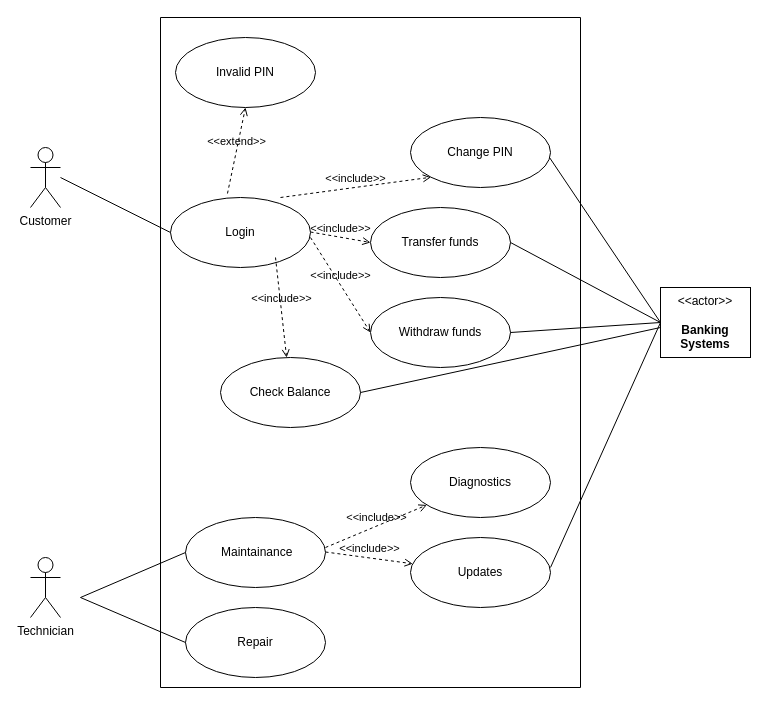
Above: UseCase ATM 3.drawio in LoneStreetSkater/DRAW.IO (draw.io), before the change. Source tidied: cells renumbered, new cells numbered last; positions are measured from the earlier drawing's top-left corner, leaving out a move shared by most shapes. Both pictures are drawn from the tidied source at 100%, with x=0, y=0 at pixel (30, 17).
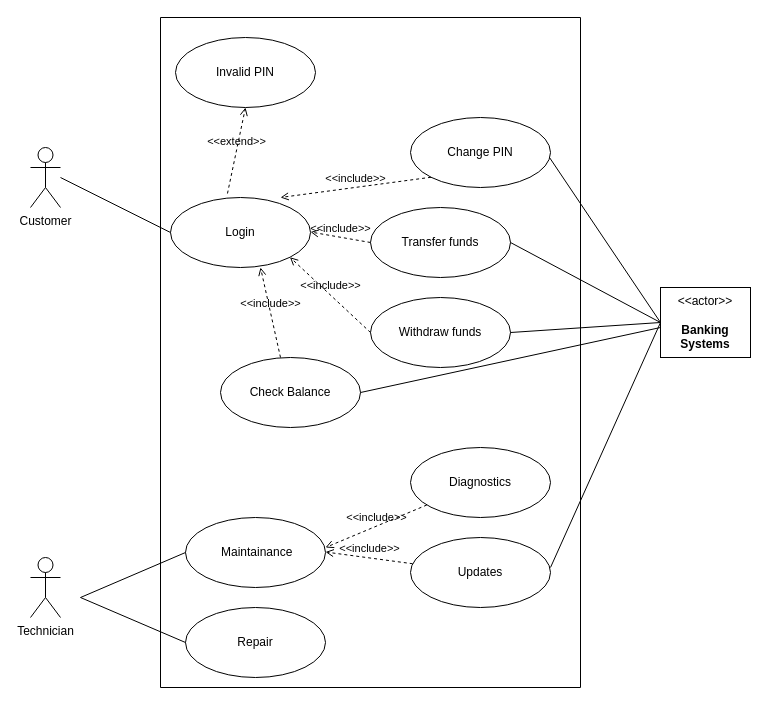
The same diagram, later.

Commit message:
Update UseCase ATM 3(Final)(Reversed inclusions).drawio

Unchanged cells that the change refers to:
```xml
<mxCell id="5" value="Login" style="ellipse;whiteSpace=wrap;html=1;" parent="1" vertex="1">
  <mxGeometry x="140" y="180" width="140" height="70" as="geometry" />
</mxCell>
<mxCell id="9" value="Transfer funds" style="ellipse;whiteSpace=wrap;html=1;" parent="1" vertex="1">
  <mxGeometry x="340" y="190" width="140" height="70" as="geometry" />
</mxCell>
<mxCell id="10" value="Check Balance" style="ellipse;whiteSpace=wrap;html=1;" parent="1" vertex="1">
  <mxGeometry x="190" y="340" width="140" height="70" as="geometry" />
</mxCell>
<mxCell id="11" value="Withdraw funds" style="ellipse;whiteSpace=wrap;html=1;" parent="1" vertex="1">
  <mxGeometry x="340" y="280" width="140" height="70" as="geometry" />
</mxCell>
<mxCell id="12" value="Change PIN" style="ellipse;whiteSpace=wrap;html=1;" parent="1" vertex="1">
  <mxGeometry x="380" y="100" width="140" height="70" as="geometry" />
</mxCell>
<mxCell id="18" value="Diagnostics" style="ellipse;whiteSpace=wrap;html=1;" parent="1" vertex="1">
  <mxGeometry x="380" y="430" width="140" height="70" as="geometry" />
</mxCell>
<mxCell id="20" value="Updates" style="ellipse;whiteSpace=wrap;html=1;" parent="1" vertex="1">
  <mxGeometry x="380" y="520" width="140" height="70" as="geometry" />
</mxCell>
<mxCell id="31" style="swimlane;startSize=0;" parent="1" vertex="1">
  <mxGeometry x="130" width="420" height="670" as="geometry" />
</mxCell>
```

Diff of the diagram source:
```diff
@@
-    <mxCell id="6" style="edgeStyle=orthogonalEdgeStyle;rounded=0;orthogonalLoop=1;jettySize=auto;html=1;exitX=0.5;exitY=1;exitDx=0;exitDy=0;" parent="1" edge="1" source="5" target="5">
-      <mxGeometry relative="1" as="geometry" />
-    </mxCell>
@@
-    <mxCell id="17" value="&amp;lt;&amp;lt;include&amp;gt;&amp;gt;" style="html=1;verticalAlign=bottom;labelBackgroundColor=none;endArrow=open;endFill=0;dashed=1;rounded=0;" parent="1" edge="1" target="18">
+    <mxCell id="17" value="&amp;lt;&amp;lt;include&amp;gt;&amp;gt;" style="html=1;verticalAlign=bottom;labelBackgroundColor=none;endArrow=open;endFill=0;dashed=1;rounded=0;" parent="1" edge="1" source="18">
       <mxGeometry relative="1" as="geometry">
-        <mxPoint x="295" y="530" as="sourcePoint" />
+        <mxPoint x="295" y="530" as="targetPoint" />
       </mxGeometry>
     </mxCell>
@@
-    <mxCell id="19" value="&amp;lt;&amp;lt;include&amp;gt;&amp;gt;" style="html=1;verticalAlign=bottom;labelBackgroundColor=none;endArrow=open;endFill=0;dashed=1;rounded=0;" parent="1" edge="1" target="20">
+    <mxCell id="19" value="&amp;lt;&amp;lt;include&amp;gt;&amp;gt;" style="html=1;verticalAlign=bottom;labelBackgroundColor=none;endArrow=open;endFill=0;dashed=1;rounded=0;" parent="1" edge="1" source="20">
       <mxGeometry relative="1" as="geometry">
-        <mxPoint x="295" y="534.5" as="sourcePoint" />
+        <mxPoint x="295" y="534.5" as="targetPoint" />
       </mxGeometry>
     </mxCell>
@@
-    <mxCell id="22" value="&amp;lt;&amp;lt;include&amp;gt;&amp;gt;" style="html=1;verticalAlign=bottom;labelBackgroundColor=none;endArrow=open;endFill=0;dashed=1;rounded=0;entryX=0;entryY=1;entryDx=0;entryDy=0;" parent="1" edge="1" target="12">
+    <mxCell id="22" value="&amp;lt;&amp;lt;include&amp;gt;&amp;gt;" style="html=1;verticalAlign=bottom;labelBackgroundColor=none;endArrow=open;endFill=0;dashed=1;rounded=0;entryX=0;entryY=1;entryDx=0;entryDy=0;exitX=0;exitY=1;exitDx=0;exitDy=0;" parent="1" edge="1" source="12">
       <mxGeometry relative="1" as="geometry">
-        <mxPoint x="250" y="180" as="sourcePoint" />
+        <mxPoint x="250" y="180" as="targetPoint" />
       </mxGeometry>
     </mxCell>
-    <mxCell id="23" value="&amp;lt;&amp;lt;include&amp;gt;&amp;gt;" style="html=1;verticalAlign=bottom;labelBackgroundColor=none;endArrow=open;endFill=0;dashed=1;rounded=0;entryX=0;entryY=0.5;entryDx=0;entryDy=0;" parent="1" edge="1" target="9">
+    <mxCell id="23" value="&amp;lt;&amp;lt;include&amp;gt;&amp;gt;" style="html=1;verticalAlign=bottom;labelBackgroundColor=none;endArrow=open;endFill=0;dashed=1;rounded=0;entryX=0;entryY=0.5;entryDx=0;entryDy=0;exitX=0;exitY=0.5;exitDx=0;exitDy=0;" parent="1" edge="1" source="9">
       <mxGeometry relative="1" as="geometry">
-        <mxPoint x="280" y="214.5" as="sourcePoint" />
+        <mxPoint x="280" y="214.5" as="targetPoint" />
       </mxGeometry>
     </mxCell>
-    <mxCell id="24" value="&amp;lt;&amp;lt;include&amp;gt;&amp;gt;" style="html=1;verticalAlign=bottom;labelBackgroundColor=none;endArrow=open;endFill=0;dashed=1;rounded=0;" parent="1" edge="1" target="10">
-      <mxGeometry relative="1" as="geometry">
-        <mxPoint x="245" y="240" as="sourcePoint" />
-      </mxGeometry>
-    </mxCell>
-    <mxCell id="25" value="&amp;lt;&amp;lt;include&amp;gt;&amp;gt;" style="html=1;verticalAlign=bottom;labelBackgroundColor=none;endArrow=open;endFill=0;dashed=1;rounded=0;entryX=0;entryY=0.5;entryDx=0;entryDy=0;" parent="1" edge="1" target="11">
-      <mxGeometry relative="1" as="geometry">
-        <mxPoint x="280" y="220" as="sourcePoint" />
-      </mxGeometry>
+    <mxCell id="25" value="&amp;lt;&amp;lt;include&amp;gt;&amp;gt;" style="html=1;verticalAlign=bottom;labelBackgroundColor=none;endArrow=open;endFill=0;dashed=1;rounded=0;entryX=1;entryY=1;entryDx=0;entryDy=0;exitX=0;exitY=0.5;exitDx=0;exitDy=0;" parent="1" edge="1" source="11" target="5">
+      <mxGeometry relative="1" as="geometry" />
     </mxCell>
@@
+    <mxCell id="6" style="edgeStyle=orthogonalEdgeStyle;rounded=0;orthogonalLoop=1;jettySize=auto;html=1;exitX=0.5;exitY=1;exitDx=0;exitDy=0;" parent="31" edge="1">
+      <mxGeometry relative="1" as="geometry">
+        <mxPoint x="61.9" y="249.9" as="sourcePoint" />
+        <mxPoint x="61.9" y="249.9" as="targetPoint" />
+      </mxGeometry>
+    </mxCell>
+    <mxCell id="24" value="&amp;lt;&amp;lt;include&amp;gt;&amp;gt;" style="html=1;verticalAlign=bottom;labelBackgroundColor=none;endArrow=open;endFill=0;dashed=1;rounded=0;" parent="31" edge="1">
+      <mxGeometry relative="1" as="geometry">
+        <mxPoint x="120" y="340" as="sourcePoint" />
+        <mxPoint x="100" y="250" as="targetPoint" />
+      </mxGeometry>
+    </mxCell>
```
